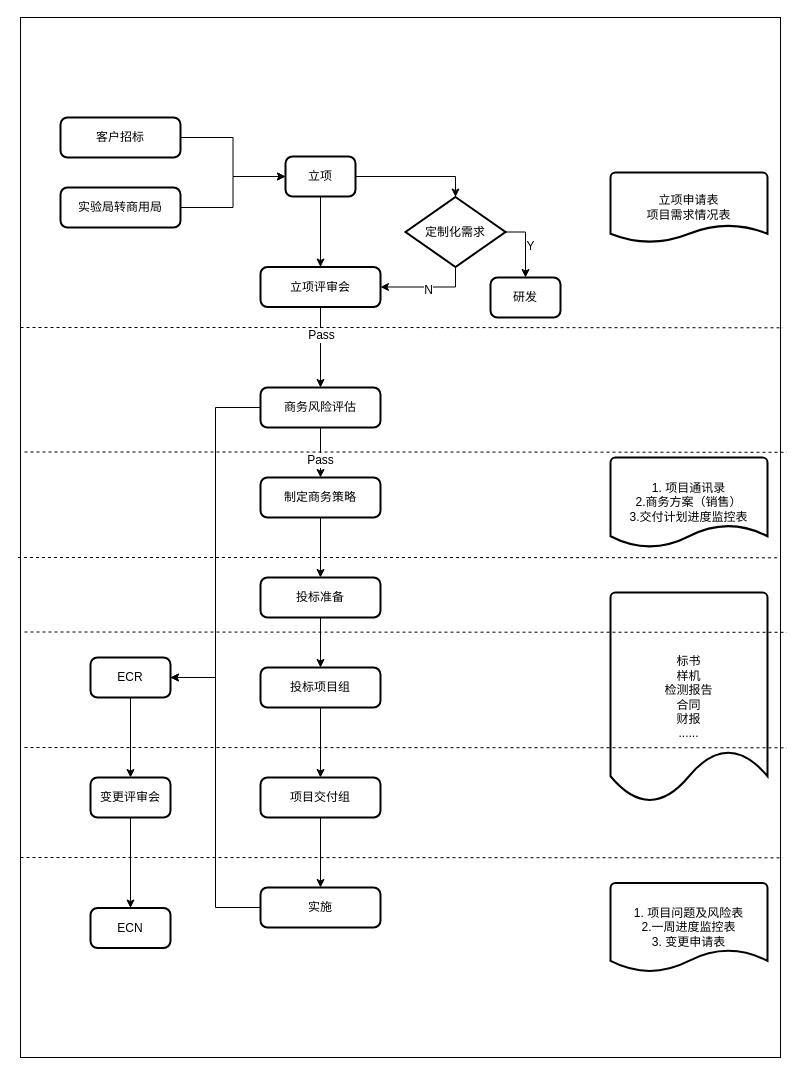
Earlier version of the draw.io diagram kkk.drawio (linkeyue/linkeyue). Source tidied: cells renumbered, new cells numbered last; positions are measured from the earlier drawing's top-left corner, leaving out a move shared by most shapes. Both pictures are drawn from the tidied source at 100%, with x=0, y=0 at pixel (18, 17).
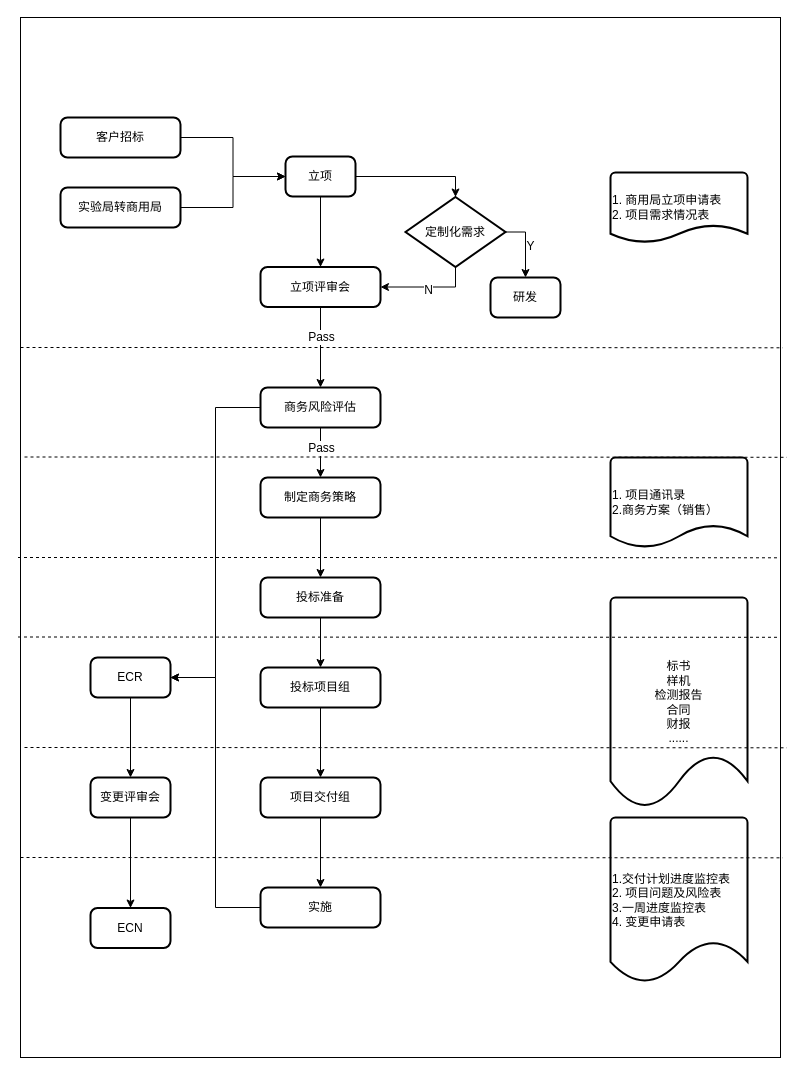
The same diagram, later.

The change refers to these unchanged cells:
```xml
<mxCell id="10" style="edgeStyle=orthogonalEdgeStyle;rounded=0;jettySize=auto;html=1;exitX=0.5;exitY=1;exitDx=0;exitDy=0;entryX=0.5;entryY=0;entryDx=0;entryDy=0;" parent="1" edge="1" source="12" target="24">
  <mxGeometry relative="1" as="geometry" />
</mxCell>
<mxCell id="22" style="edgeStyle=orthogonalEdgeStyle;rounded=0;jettySize=auto;html=1;exitX=0.5;exitY=1;exitDx=0;exitDy=0;" parent="1" edge="1" source="24" target="20">
  <mxGeometry relative="1" as="geometry" />
</mxCell>
```

What changed in the source:
```diff
@@
     <mxCell id="11" value="Pass" style="text;html=1;align=center;verticalAlign=middle;labelBackgroundColor=#ffffff;" parent="10" vertex="1">
       <mxGeometry x="-0.68" relative="1" as="geometry">
-        <mxPoint y="15" as="offset" />
+        <mxPoint y="17" as="offset" />
       </mxGeometry>
     </mxCell>
@@
     <mxCell id="23" value="Pass" style="text;html=1;align=center;verticalAlign=middle;labelBackgroundColor=#ffffff;" parent="22" vertex="1">
-      <mxGeometry x="0.27" y="-1" relative="1" as="geometry" />
+      <mxGeometry x="0.27" y="-1" relative="1" as="geometry">
+        <mxPoint x="1" y="-12" as="offset" />
+      </mxGeometry>
     </mxCell>
@@
-    <mxCell id="38" value="&lt;span style=&quot;white-space: normal&quot;&gt;立项申请表&lt;/span&gt;&lt;br style=&quot;white-space: normal&quot;&gt;&lt;span style=&quot;white-space: normal&quot;&gt;项目需求情况表&lt;/span&gt;" style="strokeWidth=2;html=1;shape=mxgraph.flowchart.document2;whiteSpace=wrap;size=0.25;" parent="1" vertex="1">
-      <mxGeometry x="592" y="155" width="157" height="70" as="geometry" />
+    <mxCell id="38" value="&lt;span style=&quot;white-space: normal&quot;&gt;1. 商用局立项申请表&lt;/span&gt;&lt;br style=&quot;white-space: normal&quot;&gt;&lt;span style=&quot;white-space: normal&quot;&gt;2. 项目需求情况表&lt;/span&gt;" style="strokeWidth=2;html=1;shape=mxgraph.flowchart.document2;whiteSpace=wrap;size=0.25;align=left;" parent="1" vertex="1">
+      <mxGeometry x="592" y="155" width="137" height="70" as="geometry" />
     </mxCell>
-    <mxCell id="39" value="&lt;span style=&quot;white-space: normal&quot;&gt;1. 项目问题及风险表&lt;/span&gt;&lt;br style=&quot;white-space: normal&quot;&gt;&lt;span style=&quot;white-space: normal&quot;&gt;2.一周进度监控表&lt;/span&gt;&lt;br style=&quot;white-space: normal&quot;&gt;&lt;span style=&quot;white-space: normal&quot;&gt;3. 变更申请表&lt;/span&gt;" style="strokeWidth=2;html=1;shape=mxgraph.flowchart.document2;whiteSpace=wrap;size=0.25;" parent="1" vertex="1">
-      <mxGeometry x="592" y="865.5" width="157" height="89" as="geometry" />
+    <mxCell id="39" value="&lt;div&gt;&lt;span&gt;1.交付计划进度监控表&lt;/span&gt;&lt;/div&gt;&lt;span style=&quot;white-space: normal&quot;&gt;&lt;div&gt;&lt;span&gt;2. 项目问题及风险表&lt;/span&gt;&lt;/div&gt;&lt;/span&gt;&lt;span style=&quot;white-space: normal&quot;&gt;&lt;div&gt;&lt;span&gt;3.一周进度监控表&lt;/span&gt;&lt;/div&gt;&lt;/span&gt;&lt;span style=&quot;white-space: normal&quot;&gt;&lt;div&gt;&lt;span&gt;4. 变更申请表&lt;/span&gt;&lt;/div&gt;&lt;/span&gt;" style="strokeWidth=2;html=1;shape=mxgraph.flowchart.document2;whiteSpace=wrap;size=0.25;align=left;" parent="1" vertex="1">
+      <mxGeometry x="592" y="800" width="137" height="165" as="geometry" />
     </mxCell>
-    <mxCell id="40" value="1. 项目通讯录&lt;br&gt;2.商务方案（销售）&lt;br&gt;3.交付计划进度监控表" style="strokeWidth=2;html=1;shape=mxgraph.flowchart.document2;whiteSpace=wrap;size=0.25;" parent="1" vertex="1">
-      <mxGeometry x="592" y="440" width="157" height="90" as="geometry" />
+    <mxCell id="40" value="1. 项目通讯录&lt;br&gt;2.商务方案（销售）" style="strokeWidth=2;html=1;shape=mxgraph.flowchart.document2;whiteSpace=wrap;size=0.25;align=left;" parent="1" vertex="1">
+      <mxGeometry x="592" y="440" width="137" height="90" as="geometry" />
     </mxCell>
     <mxCell id="41" value="标书&lt;br&gt;样机&lt;br&gt;检测报告&lt;br&gt;合同&lt;br&gt;财报&lt;br&gt;......&lt;br&gt;" style="strokeWidth=2;html=1;shape=mxgraph.flowchart.document2;whiteSpace=wrap;size=0.25;" parent="1" vertex="1">
-      <mxGeometry x="592" y="575" width="157" height="210" as="geometry" />
+      <mxGeometry x="592" y="580" width="137" height="210" as="geometry" />
     </mxCell>
@@
     <mxCell id="44" style="endArrow=none;dashed=1;html=1;entryX=1.003;entryY=0.808;entryDx=0;entryDy=0;entryPerimeter=0;" parent="1" edge="1">
       <mxGeometry relative="1" as="geometry">
-        <mxPoint x="6" y="614.5" as="sourcePoint" />
-        <mxPoint x="768.3" y="614.8" as="targetPoint" />
+        <mxPoint x="-0.5" y="619.5" as="sourcePoint" />
+        <mxPoint x="761.8" y="619.8" as="targetPoint" />
       </mxGeometry>
     </mxCell>
@@
     <mxCell id="46" style="endArrow=none;dashed=1;html=1;entryX=1.003;entryY=0.808;entryDx=0;entryDy=0;entryPerimeter=0;" parent="1" edge="1">
       <mxGeometry relative="1" as="geometry">
-        <mxPoint x="6" y="434.5" as="sourcePoint" />
-        <mxPoint x="768.3" y="434.8" as="targetPoint" />
+        <mxPoint x="6" y="439.5" as="sourcePoint" />
+        <mxPoint x="768.3" y="439.8" as="targetPoint" />
         <Array as="points">
-          <mxPoint x="366" y="434.5" />
+          <mxPoint x="366" y="439.5" />
         </Array>
       </mxGeometry>
     </mxCell>
     <mxCell id="47" style="endArrow=none;dashed=1;html=1;entryX=1.003;entryY=0.808;entryDx=0;entryDy=0;entryPerimeter=0;" parent="1" edge="1">
       <mxGeometry relative="1" as="geometry">
-        <mxPoint x="2" y="310" as="sourcePoint" />
-        <mxPoint x="764.3" y="310.3" as="targetPoint" />
+        <mxPoint x="2" y="330" as="sourcePoint" />
+        <mxPoint x="764.3" y="330.3" as="targetPoint" />
         <Array as="points">
-          <mxPoint x="362" y="310" />
+          <mxPoint x="362" y="330" />
         </Array>
       </mxGeometry>
     </mxCell>
```
